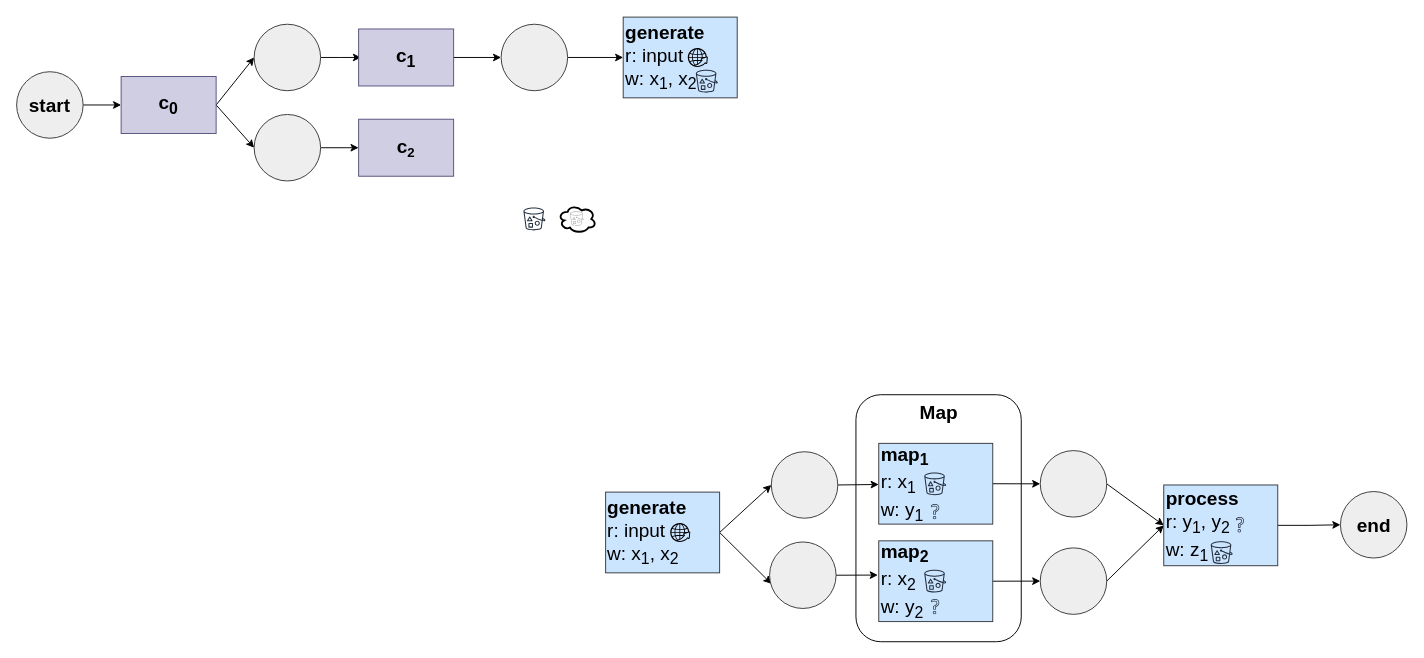
Above: figures/model/multiple-coordinators-workflownet.drawio in spcl/sebs-flow-artifact (draw.io), before the change. Source tidied: cells renumbered, new cells numbered last; positions are measured from the earlier drawing's top-left corner, leaving out a move shared by most shapes. Both pictures are drawn from the tidied source at 95%, with x=0, y=0 at pixel (16, 16).
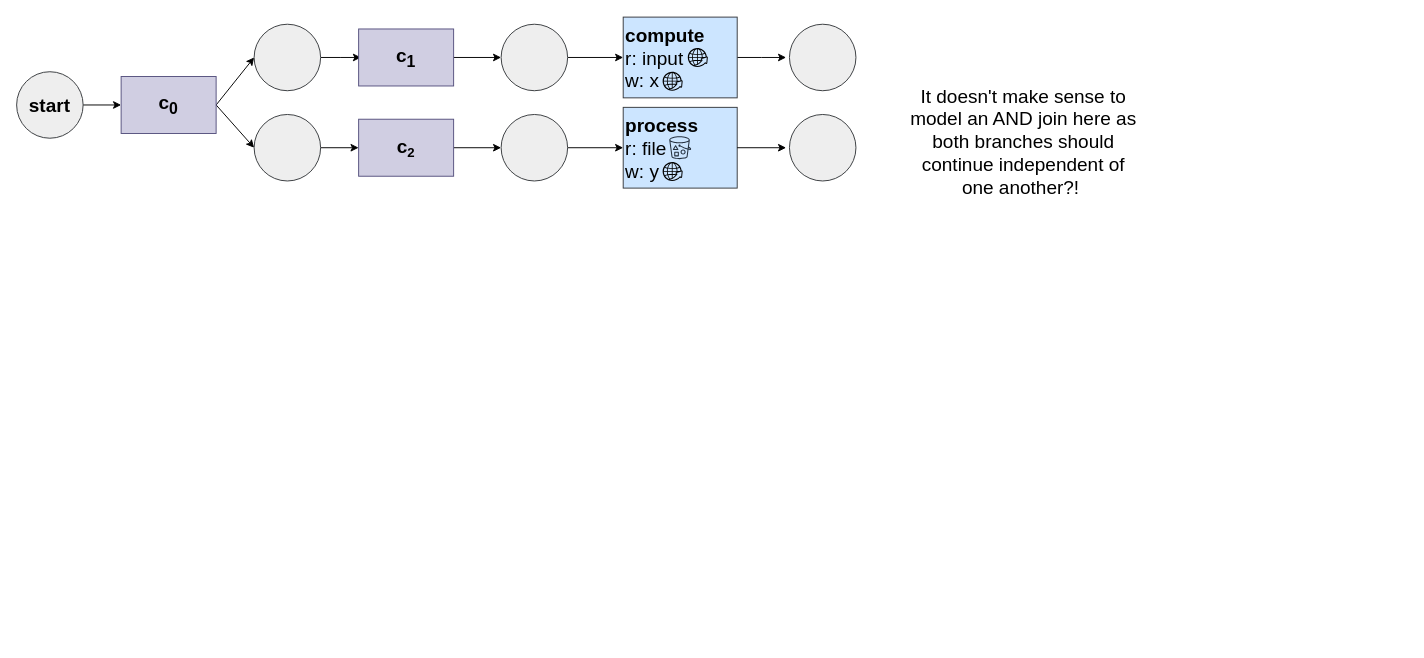
The same diagram, later.

Unchanged cells that the change refers to:
```xml
<mxCell id="38" value="c&lt;span style=&quot;font-size: 16.6667px&quot;&gt;&lt;sub&gt;2&lt;/sub&gt;&lt;/span&gt;" style="rounded=0;whiteSpace=wrap;html=1;fontSize=20;fillColor=#d0cee2;strokeColor=#56517e;fontStyle=1;" parent="1" vertex="1">
  <mxGeometry x="360" y="108" width="100" height="60" as="geometry" />
</mxCell>
```

Change to the diagram source:
```diff
@@
-    <mxCell id="2" value="&lt;b&gt;Map&lt;/b&gt;" style="rounded=1;whiteSpace=wrap;html=1;fontSize=20;align=center;verticalAlign=top;" parent="1" vertex="1">
-      <mxGeometry x="883.5" y="398" width="174" height="260" as="geometry" />
-    </mxCell>
@@
-    <mxCell id="10" style="rounded=0;jettySize=auto;html=1;entryX=0;entryY=0.5;entryDx=0;entryDy=0;fontSize=20;exitX=1;exitY=0.5;exitDx=0;exitDy=0;" parent="1" edge="1" target="13">
-      <mxGeometry relative="1" as="geometry">
-        <mxPoint x="740" y="543" as="sourcePoint" />
-      </mxGeometry>
-    </mxCell>
-    <mxCell id="11" style="edgeStyle=none;rounded=0;jettySize=auto;html=1;exitX=1;exitY=0.5;exitDx=0;exitDy=0;entryX=0.027;entryY=0.629;entryDx=0;entryDy=0;entryPerimeter=0;fontSize=20;" parent="1" edge="1" target="17">
-      <mxGeometry relative="1" as="geometry">
-        <mxPoint x="740" y="543" as="sourcePoint" />
-      </mxGeometry>
-    </mxCell>
-    <mxCell id="12" style="edgeStyle=none;rounded=0;jettySize=auto;html=1;exitX=1;exitY=0.5;exitDx=0;exitDy=0;fontSize=20;" parent="1" edge="1" source="13" target="15">
-      <mxGeometry relative="1" as="geometry" />
-    </mxCell>
-    <mxCell id="13" style="ellipse;whiteSpace=wrap;html=1;fontSize=20;fontStyle=1;fillColor=#eeeeee;strokeColor=#36393d;" parent="1" vertex="1">
-      <mxGeometry x="794.4" y="458" width="70" height="70" as="geometry" />
-    </mxCell>
-    <mxCell id="14" style="edgeStyle=none;rounded=0;jettySize=auto;html=1;exitX=1;exitY=0.5;exitDx=0;exitDy=0;entryX=0;entryY=0.5;entryDx=0;entryDy=0;fontSize=20;" parent="1" edge="1" source="15" target="21">
-      <mxGeometry relative="1" as="geometry" />
-    </mxCell>
-    <mxCell id="15" value="&lt;b&gt;map&lt;sub&gt;1&lt;/sub&gt;&lt;br&gt;&lt;/b&gt;r: x&lt;sub&gt;1&lt;/sub&gt;&lt;br&gt;w: y&lt;sub&gt;1&lt;/sub&gt;" style="rounded=0;whiteSpace=wrap;html=1;fontSize=20;align=left;fillColor=#cce5ff;strokeColor=#36393d;" parent="1" vertex="1">
-      <mxGeometry x="907.5" y="449.2" width="120" height="85" as="geometry" />
-    </mxCell>
-    <mxCell id="16" style="edgeStyle=none;rounded=0;jettySize=auto;html=1;exitX=1;exitY=0.5;exitDx=0;exitDy=0;entryX=-0.008;entryY=0.424;entryDx=0;entryDy=0;entryPerimeter=0;fontSize=20;" parent="1" edge="1" source="17" target="19">
-      <mxGeometry relative="1" as="geometry" />
-    </mxCell>
-    <mxCell id="17" style="ellipse;whiteSpace=wrap;html=1;fontSize=20;fontStyle=1;fillColor=#eeeeee;strokeColor=#36393d;" parent="1" vertex="1">
-      <mxGeometry x="792.6" y="553" width="70" height="70" as="geometry" />
-    </mxCell>
-    <mxCell id="18" style="edgeStyle=none;rounded=0;jettySize=auto;html=1;exitX=1;exitY=0.5;exitDx=0;exitDy=0;entryX=0;entryY=0.5;entryDx=0;entryDy=0;fontSize=20;" parent="1" edge="1" source="19" target="23">
-      <mxGeometry relative="1" as="geometry" />
-    </mxCell>
-    <mxCell id="19" value="&lt;b&gt;map&lt;sub&gt;2&lt;/sub&gt;&lt;/b&gt;&lt;br&gt;r: x&lt;sub&gt;2&lt;/sub&gt;&lt;br&gt;w: y&lt;sub&gt;2&lt;/sub&gt;" style="rounded=0;whiteSpace=wrap;html=1;fontSize=20;align=left;fillColor=#cce5ff;strokeColor=#36393d;" parent="1" vertex="1">
-      <mxGeometry x="907.5" y="551.8" width="120" height="85" as="geometry" />
-    </mxCell>
-    <mxCell id="20" style="edgeStyle=none;rounded=0;jettySize=auto;html=1;exitX=1;exitY=0.5;exitDx=0;exitDy=0;entryX=0;entryY=0.5;entryDx=0;entryDy=0;fontSize=20;" parent="1" edge="1" source="21" target="25">
-      <mxGeometry relative="1" as="geometry" />
-    </mxCell>
-    <mxCell id="21" style="ellipse;whiteSpace=wrap;html=1;fontSize=20;fontStyle=1;fillColor=#eeeeee;strokeColor=#36393d;" parent="1" vertex="1">
-      <mxGeometry x="1077.5" y="456.8" width="70" height="70" as="geometry" />
-    </mxCell>
-    <mxCell id="22" style="edgeStyle=none;rounded=0;jettySize=auto;html=1;exitX=1;exitY=0.5;exitDx=0;exitDy=0;fontSize=20;entryX=0;entryY=0.5;entryDx=0;entryDy=0;" parent="1" edge="1" source="23" target="25">
-      <mxGeometry relative="1" as="geometry" />
-    </mxCell>
-    <mxCell id="23" style="ellipse;whiteSpace=wrap;html=1;fontSize=20;fontStyle=1;fillColor=#eeeeee;strokeColor=#36393d;" parent="1" vertex="1">
-      <mxGeometry x="1077.5" y="559.2" width="70" height="70" as="geometry" />
-    </mxCell>
-    <mxCell id="24" style="edgeStyle=orthogonalEdgeStyle;rounded=0;jettySize=auto;html=1;entryX=0;entryY=0.5;entryDx=0;entryDy=0;" parent="1" edge="1" source="25" target="32">
-      <mxGeometry relative="1" as="geometry" />
-    </mxCell>
-    <mxCell id="25" value="&lt;b&gt;process&lt;/b&gt;&lt;br&gt;r: y&lt;sub&gt;1&lt;/sub&gt;, y&lt;sub&gt;2&lt;/sub&gt;&lt;br&gt;w: z&lt;sub&gt;1&lt;/sub&gt;" style="rounded=0;whiteSpace=wrap;html=1;fontSize=20;align=left;fillColor=#cce5ff;strokeColor=#36393d;" parent="1" vertex="1">
-      <mxGeometry x="1207.5" y="493" width="120" height="85" as="geometry" />
-    </mxCell>
-    <mxCell id="26" style="sketch=0;fontColor=#232F3E;gradientColor=none;fillColor=#232F3E;strokeColor=none;dashed=0;verticalLabelPosition=bottom;verticalAlign=top;align=center;html=1;fontSize=12;fontStyle=0;shape=mxgraph.aws4.question;" parent="1" vertex="1">
-      <mxGeometry x="962.7" y="513" width="8.5" height="16.2" as="geometry" />
-    </mxCell>
-    <mxCell id="27" style="sketch=0;fontColor=#232F3E;gradientColor=none;fillColor=#232F3E;strokeColor=none;dashed=0;verticalLabelPosition=bottom;verticalAlign=top;align=center;html=1;fontSize=12;fontStyle=0;shape=mxgraph.aws4.question;" parent="1" vertex="1">
-      <mxGeometry x="962.7" y="613" width="8.5" height="16.2" as="geometry" />
-    </mxCell>
-    <mxCell id="28" style="sketch=0;fontColor=#232F3E;gradientColor=none;strokeColor=#232F3E;fillColor=none;dashed=0;verticalLabelPosition=bottom;verticalAlign=top;align=center;html=1;fontSize=12;fontStyle=0;shape=mxgraph.aws4.resourceIcon;resIcon=mxgraph.aws4.bucket_with_objects;" parent="1" vertex="1">
-      <mxGeometry x="951.9" y="476.8" width="30" height="30" as="geometry" />
-    </mxCell>
-    <mxCell id="29" style="sketch=0;fontColor=#232F3E;gradientColor=none;strokeColor=#232F3E;fillColor=none;dashed=0;verticalLabelPosition=bottom;verticalAlign=top;align=center;html=1;fontSize=12;fontStyle=0;shape=mxgraph.aws4.resourceIcon;resIcon=mxgraph.aws4.bucket_with_objects;" parent="1" vertex="1">
-      <mxGeometry x="951.9" y="579.2" width="30" height="30" as="geometry" />
-    </mxCell>
-    <mxCell id="30" style="sketch=0;fontColor=#232F3E;gradientColor=none;fillColor=#232F3E;strokeColor=none;dashed=0;verticalLabelPosition=bottom;verticalAlign=top;align=center;html=1;fontSize=12;fontStyle=0;shape=mxgraph.aws4.question;" parent="1" vertex="1">
-      <mxGeometry x="1283.5" y="526.8" width="8.5" height="16.2" as="geometry" />
-    </mxCell>
-    <mxCell id="31" style="sketch=0;fontColor=#232F3E;gradientColor=none;strokeColor=#232F3E;fillColor=none;dashed=0;verticalLabelPosition=bottom;verticalAlign=top;align=center;html=1;fontSize=12;fontStyle=0;shape=mxgraph.aws4.resourceIcon;resIcon=mxgraph.aws4.bucket_with_objects;" parent="1" vertex="1">
-      <mxGeometry x="1253.5" y="549.2" width="30" height="30" as="geometry" />
-    </mxCell>
-    <mxCell id="32" value="end" style="ellipse;whiteSpace=wrap;html=1;fontSize=20;fontStyle=1;fillColor=#eeeeee;strokeColor=#36393d;" parent="1" vertex="1">
-      <mxGeometry x="1393.5" y="499.9" width="70" height="70" as="geometry" />
-    </mxCell>
-    <mxCell id="33" value="&lt;b&gt;generate&lt;/b&gt;&lt;br&gt;r: input&lt;br&gt;w: x&lt;sub&gt;1&lt;/sub&gt;, x&lt;sub&gt;2&lt;/sub&gt;" style="rounded=0;whiteSpace=wrap;html=1;fontSize=20;align=left;fillColor=#cce5ff;strokeColor=#36393d;" parent="1" vertex="1">
-      <mxGeometry x="620" y="500.5" width="120" height="85" as="geometry" />
-    </mxCell>
-    <mxCell id="34" style="sketch=0;html=1;strokeColor=none;shadow=0;align=center;verticalAlign=top;fillColor=#000000;shape=mxgraph.gcp2.globe_world;" parent="1" vertex="1">
-      <mxGeometry x="688" y="533" width="21.1" height="20" as="geometry" />
-    </mxCell>
-    <mxCell id="35" style="sketch=0;fontColor=#232F3E;gradientColor=none;strokeColor=#232F3E;fillColor=none;dashed=0;verticalLabelPosition=bottom;verticalAlign=top;align=center;html=1;fontSize=12;fontStyle=0;shape=mxgraph.aws4.resourceIcon;resIcon=mxgraph.aws4.bucket_with_objects;" parent="1" vertex="1">
-      <mxGeometry x="530" y="198" width="30" height="30" as="geometry" />
-    </mxCell>
@@
+    <mxCell id="49" style="edgeStyle=orthogonalEdgeStyle;rounded=0;jettySize=auto;html=1;exitX=1;exitY=0.5;exitDx=0;exitDy=0;entryX=0;entryY=0.5;entryDx=0;entryDy=0;" parent="1" edge="1" source="38" target="54">
+      <mxGeometry relative="1" as="geometry" />
+    </mxCell>
@@
+    <mxCell id="50" style="edgeStyle=orthogonalEdgeStyle;rounded=0;jettySize=auto;html=1;exitX=1;exitY=0.5;exitDx=0;exitDy=0;" parent="1" edge="1" source="41">
+      <mxGeometry relative="1" as="geometry">
+        <mxPoint x="810" y="43" as="targetPoint" />
+      </mxGeometry>
+    </mxCell>
-    <mxCell id="41" value="&lt;b&gt;generate&lt;/b&gt;&lt;br&gt;r: input&lt;br&gt;w: x&lt;sub&gt;1&lt;/sub&gt;, x&lt;sub&gt;2&lt;/sub&gt;" style="rounded=0;whiteSpace=wrap;html=1;fontSize=20;align=left;fillColor=#cce5ff;strokeColor=#36393d;" parent="1" vertex="1">
+    <mxCell id="41" value="&lt;b&gt;compute&lt;br&gt;&lt;/b&gt;r: input&lt;br&gt;w: x" style="rounded=0;whiteSpace=wrap;html=1;fontSize=20;align=left;fillColor=#cce5ff;strokeColor=#36393d;" parent="1" vertex="1">
       <mxGeometry x="638.5" y="0.5" width="120" height="85" as="geometry" />
     </mxCell>
@@
-    <mxCell id="43" style="sketch=0;fontColor=#232F3E;gradientColor=none;strokeColor=#232F3E;fillColor=none;dashed=0;verticalLabelPosition=bottom;verticalAlign=top;align=center;html=1;fontSize=12;fontStyle=0;shape=mxgraph.aws4.resourceIcon;resIcon=mxgraph.aws4.bucket_with_objects;" parent="1" vertex="1">
-      <mxGeometry x="711.5" y="53" width="30" height="30" as="geometry" />
-    </mxCell>
@@
-    <mxCell id="46" style="group;" parent="1" vertex="1">
-      <mxGeometry x="570" y="198" width="40" height="30" as="geometry" />
-    </mxCell>
-    <mxCell id="47" style="ellipse;shape=cloud;whiteSpace=wrap;html=1;strokeWidth=2;" parent="46" vertex="1">
-      <mxGeometry width="40" height="30" as="geometry" />
-    </mxCell>
-    <mxCell id="48" style="sketch=0;fontColor=#232F3E;gradientColor=none;fillColor=#BABABA;strokeColor=none;dashed=0;verticalLabelPosition=bottom;verticalAlign=top;align=center;html=1;fontSize=12;fontStyle=0;shape=mxgraph.aws4.bucket_with_objects;" parent="46" vertex="1">
-      <mxGeometry x="12.5" y="6.9" width="14.6" height="15.2" as="geometry" />
-    </mxCell>
+    <mxCell id="34" style="sketch=0;html=1;strokeColor=none;shadow=0;align=center;verticalAlign=top;fillColor=#000000;shape=mxgraph.gcp2.globe_world;" parent="1" vertex="1">
+      <mxGeometry x="680" y="58" width="21.1" height="20" as="geometry" />
+    </mxCell>
+    <mxCell id="51" value="&lt;b&gt;process&lt;/b&gt;&lt;br&gt;r: file&lt;br&gt;w: y" style="rounded=0;whiteSpace=wrap;html=1;fontSize=20;align=left;fillColor=#cce5ff;strokeColor=#36393d;" parent="1" vertex="1">
+      <mxGeometry x="638.5" y="95.5" width="120" height="85" as="geometry" />
+    </mxCell>
+    <mxCell id="52" style="sketch=0;html=1;strokeColor=none;shadow=0;align=center;verticalAlign=top;fillColor=#000000;shape=mxgraph.gcp2.globe_world;" parent="1" vertex="1">
+      <mxGeometry x="680" y="153" width="21.1" height="20" as="geometry" />
+    </mxCell>
+    <mxCell id="53" style="edgeStyle=orthogonalEdgeStyle;rounded=0;jettySize=auto;html=1;exitX=1;exitY=0.5;exitDx=0;exitDy=0;" parent="1" edge="1" source="54" target="51">
+      <mxGeometry relative="1" as="geometry" />
+    </mxCell>
+    <mxCell id="54" style="ellipse;whiteSpace=wrap;html=1;fontSize=20;fontStyle=1;fillColor=#eeeeee;strokeColor=#36393d;" parent="1" vertex="1">
+      <mxGeometry x="510" y="103" width="70" height="70" as="geometry" />
+    </mxCell>
+    <mxCell id="28" style="sketch=0;fontColor=#232F3E;gradientColor=none;strokeColor=#232F3E;fillColor=none;dashed=0;verticalLabelPosition=bottom;verticalAlign=top;align=center;html=1;fontSize=12;fontStyle=0;shape=mxgraph.aws4.resourceIcon;resIcon=mxgraph.aws4.bucket_with_objects;" parent="1" vertex="1">
+      <mxGeometry x="683.5" y="123" width="30" height="30" as="geometry" />
+    </mxCell>
+    <mxCell id="55" style="ellipse;whiteSpace=wrap;html=1;fontSize=20;fontStyle=1;fillColor=#eeeeee;strokeColor=#36393d;" parent="1" vertex="1">
+      <mxGeometry x="813.5" y="8" width="70" height="70" as="geometry" />
+    </mxCell>
+    <mxCell id="56" style="edgeStyle=orthogonalEdgeStyle;rounded=0;orthogonalLoop=1;jettySize=auto;html=1;exitX=1;exitY=0.5;exitDx=0;exitDy=0;" parent="1" edge="1">
+      <mxGeometry relative="1" as="geometry">
+        <mxPoint x="758.5" y="138" as="sourcePoint" />
+        <mxPoint x="810" y="138" as="targetPoint" />
+      </mxGeometry>
+    </mxCell>
+    <mxCell id="57" style="ellipse;whiteSpace=wrap;html=1;fontSize=20;fontStyle=1;fillColor=#eeeeee;strokeColor=#36393d;" parent="1" vertex="1">
+      <mxGeometry x="813.5" y="103" width="70" height="70" as="geometry" />
+    </mxCell>
+    <mxCell id="58" value="It doesn't make sense to model an AND join here as both branches should continue independent of one another?!&amp;nbsp;" style="text;html=1;strokeColor=none;fillColor=none;align=center;verticalAlign=middle;whiteSpace=wrap;rounded=0;fontSize=20;" parent="1" vertex="1">
+      <mxGeometry x="940" y="23" width="240" height="215" as="geometry" />
+    </mxCell>
```
